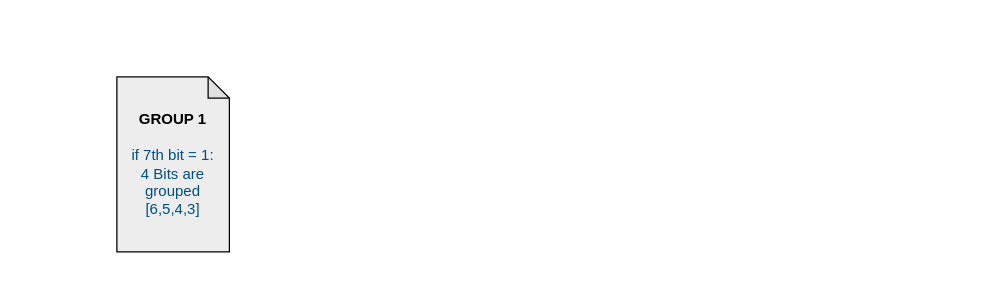
Earlier version of the draw.io diagram Transformations.drawio (Nithyarajoman/Drawio-figures). Source tidied: cells renumbered, new cells numbered last; positions are measured from the earlier drawing's top-left corner, leaving out a move shared by most shapes. Both pictures are drawn from the tidied source at 125%, with x=0, y=0 at pixel (116, 76).
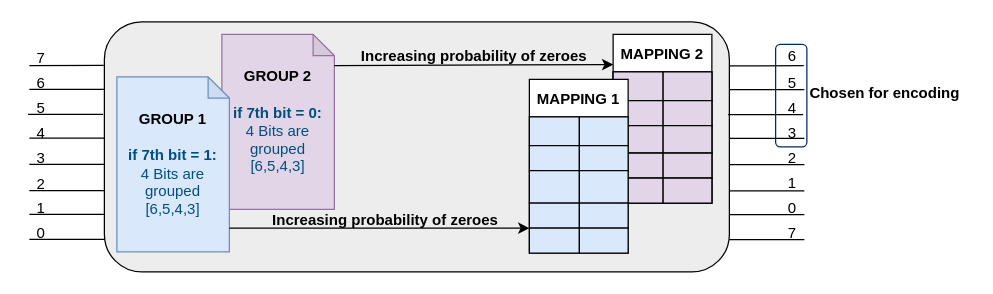
Above is the later version.

The edit, as a diff of the source:
```diff
@@
+    <mxCell id="3" style="rounded=1;whiteSpace=wrap;html=1;fillColor=light-dark(#ededed, #ededed);" parent="1" vertex="1">
+      <mxGeometry x="-10" y="-44" width="500" height="200" as="geometry" />
+    </mxCell>
+    <mxCell id="4" value="MAPPING 2" style="shape=table;startSize=30;childLayout=tableLayout;strokeColor=default;fontSize=12;fontStyle=1;" parent="1" vertex="1">
+      <mxGeometry x="397" y="-34" width="79" height="135" as="geometry" />
+    </mxCell>
+    <mxCell id="5" style="shape=tableRow;horizontal=0;startSize=0;swimlaneHead=0;swimlaneBody=0;strokeColor=light-dark(#000000, #9577a3);top=1;left=1;bottom=1;right=1;fillColor=none;fontSize=16;" parent="4" vertex="1">
+      <mxGeometry y="30" width="79" height="23" as="geometry" />
+    </mxCell>
+    <mxCell id="6" style="shape=partialRectangle;html=1;whiteSpace=wrap;strokeColor=light-dark(#000000, #9577a3);overflow=hidden;fillColor=#e1d5e7;top=1;left=1;bottom=1;right=1;fontSize=16;" parent="5" vertex="1">
+      <mxGeometry width="40" height="23" as="geometry" />
+    </mxCell>
+    <mxCell id="7" style="shape=partialRectangle;html=1;whiteSpace=wrap;strokeColor=light-dark(#000000, #9577a3);overflow=hidden;fillColor=#e1d5e7;top=1;left=1;bottom=1;right=1;fontSize=16;" parent="5" vertex="1">
+      <mxGeometry x="40" width="39" height="23" as="geometry" />
+    </mxCell>
+    <mxCell id="8" style="shape=tableRow;horizontal=0;startSize=0;swimlaneHead=0;swimlaneBody=0;strokeColor=light-dark(#000000, #9577a3);top=1;left=1;bottom=1;right=1;fillColor=none;fontSize=16;" parent="4" vertex="1">
+      <mxGeometry y="53" width="79" height="20" as="geometry" />
+    </mxCell>
+    <mxCell id="9" style="shape=partialRectangle;html=1;whiteSpace=wrap;strokeColor=light-dark(#000000, #9577a3);overflow=hidden;fillColor=#e1d5e7;top=1;left=1;bottom=1;right=1;fontSize=16;" parent="8" vertex="1">
+      <mxGeometry width="40" height="20" as="geometry" />
+    </mxCell>
+    <mxCell id="10" style="shape=partialRectangle;html=1;whiteSpace=wrap;strokeColor=light-dark(#000000, #9577a3);overflow=hidden;fillColor=#e1d5e7;top=1;left=1;bottom=1;right=1;fontSize=16;" parent="8" vertex="1">
+      <mxGeometry x="40" width="39" height="20" as="geometry" />
+    </mxCell>
+    <mxCell id="11" style="shape=tableRow;horizontal=0;startSize=0;swimlaneHead=0;swimlaneBody=0;strokeColor=light-dark(#000000, #9577a3);top=1;left=1;bottom=1;right=1;fillColor=none;fontSize=16;" parent="4" vertex="1">
+      <mxGeometry y="73" width="79" height="22" as="geometry" />
+    </mxCell>
+    <mxCell id="12" style="shape=partialRectangle;html=1;whiteSpace=wrap;strokeColor=light-dark(#000000, #9577a3);overflow=hidden;fillColor=#e1d5e7;top=1;left=1;bottom=1;right=1;fontSize=16;" parent="11" vertex="1">
+      <mxGeometry width="40" height="22" as="geometry" />
+    </mxCell>
+    <mxCell id="13" style="shape=partialRectangle;html=1;whiteSpace=wrap;strokeColor=light-dark(#000000, #9577a3);overflow=hidden;fillColor=#e1d5e7;top=1;left=1;bottom=1;right=1;fontSize=16;" parent="11" vertex="1">
+      <mxGeometry x="40" width="39" height="22" as="geometry" />
+    </mxCell>
+    <mxCell id="14" style="shape=tableRow;horizontal=0;startSize=0;swimlaneHead=0;swimlaneBody=0;strokeColor=light-dark(#000000, #9577a3);top=1;left=1;bottom=1;right=1;fillColor=none;fontSize=16;" parent="4" vertex="1">
+      <mxGeometry y="95" width="79" height="20" as="geometry" />
+    </mxCell>
+    <mxCell id="15" style="shape=partialRectangle;html=1;whiteSpace=wrap;strokeColor=light-dark(#000000, #9577a3);overflow=hidden;fillColor=#e1d5e7;top=1;left=1;bottom=1;right=1;fontSize=16;" parent="14" vertex="1">
+      <mxGeometry width="40" height="20" as="geometry" />
+    </mxCell>
+    <mxCell id="16" style="shape=partialRectangle;html=1;whiteSpace=wrap;strokeColor=light-dark(#000000, #9577a3);overflow=hidden;fillColor=#e1d5e7;top=1;left=1;bottom=1;right=1;fontSize=16;" parent="14" vertex="1">
+      <mxGeometry x="40" width="39" height="20" as="geometry" />
+    </mxCell>
+    <mxCell id="17" style="shape=tableRow;horizontal=0;startSize=0;swimlaneHead=0;swimlaneBody=0;strokeColor=light-dark(#000000, #9577a3);top=1;left=1;bottom=1;right=1;fillColor=none;fontSize=16;" parent="4" vertex="1">
+      <mxGeometry y="115" width="79" height="20" as="geometry" />
+    </mxCell>
+    <mxCell id="18" style="shape=partialRectangle;html=1;whiteSpace=wrap;strokeColor=light-dark(#000000, #9577a3);overflow=hidden;fillColor=#e1d5e7;top=1;left=1;bottom=1;right=1;fontSize=16;" parent="17" vertex="1">
+      <mxGeometry width="40" height="20" as="geometry" />
+    </mxCell>
+    <mxCell id="19" style="shape=partialRectangle;html=1;whiteSpace=wrap;strokeColor=light-dark(#000000, #9577a3);overflow=hidden;fillColor=#e1d5e7;top=1;left=1;bottom=1;right=1;fontSize=16;" parent="17" vertex="1">
+      <mxGeometry x="40" width="39" height="20" as="geometry" />
+    </mxCell>
+    <mxCell id="20" value="&lt;b&gt;GROUP 2&lt;/b&gt;&lt;div&gt;&lt;b&gt;&lt;br&gt;&lt;/b&gt;&lt;div&gt;&lt;font style=&quot;color: light-dark(rgb(0, 79, 128), rgb(237, 237, 237));&quot;&gt;&lt;b&gt;if 7th bit = 0:&lt;/b&gt;&lt;/font&gt;&lt;/div&gt;&lt;div&gt;&lt;font style=&quot;color: light-dark(rgb(0, 79, 128), rgb(237, 237, 237));&quot;&gt;4 Bits are grouped [6,5,4,3]&lt;/font&gt;&lt;/div&gt;&lt;/div&gt;" style="shape=note;whiteSpace=wrap;html=1;backgroundOutline=1;darkOpacity=0.05;size=17;fillColor=#e1d5e7;strokeColor=#9673a6;" parent="1" vertex="1">
+      <mxGeometry x="84" y="-34" width="90" height="140" as="geometry" />
+    </mxCell>
-    <mxCell id="2" value="&lt;b&gt;GROUP 1&lt;/b&gt;&lt;div&gt;&lt;b&gt;&lt;br&gt;&lt;/b&gt;&lt;div&gt;&lt;font style=&quot;color: light-dark(rgb(0, 79, 128), rgb(237, 237, 237));&quot;&gt;if 7th bit = 1:&lt;/font&gt;&lt;/div&gt;&lt;div&gt;&lt;font style=&quot;color: light-dark(rgb(0, 79, 128), rgb(237, 237, 237));&quot;&gt;4 Bits are grouped [6,5,4,3]&lt;/font&gt;&lt;/div&gt;&lt;/div&gt;" style="shape=note;whiteSpace=wrap;html=1;backgroundOutline=1;darkOpacity=0.05;size=17;fillColor=light-dark(#ededed, #ededed);" parent="1" vertex="1">
+    <mxCell id="2" value="&lt;b&gt;GROUP 1&lt;/b&gt;&lt;div&gt;&lt;b&gt;&lt;br&gt;&lt;/b&gt;&lt;div&gt;&lt;font style=&quot;color: light-dark(rgb(0, 79, 128), rgb(237, 237, 237));&quot;&gt;&lt;b&gt;if 7th bit = 1:&lt;/b&gt;&lt;/font&gt;&lt;/div&gt;&lt;div&gt;&lt;font style=&quot;color: light-dark(rgb(0, 79, 128), rgb(237, 237, 237));&quot;&gt;4 Bits are grouped [6,5,4,3]&lt;/font&gt;&lt;/div&gt;&lt;/div&gt;" style="shape=note;whiteSpace=wrap;html=1;backgroundOutline=1;darkOpacity=0.05;size=17;fillColor=#dae8fc;strokeColor=#6c8ebf;" parent="1" vertex="1">
       <mxGeometry width="90" height="140" as="geometry" />
     </mxCell>
+    <mxCell id="21" style="endArrow=classic;html=1;rounded=0;entryX=0.001;entryY=0.179;entryDx=0;entryDy=0;entryPerimeter=0;" parent="1" edge="1" target="4">
+      <mxGeometry relative="1" as="geometry">
+        <mxPoint x="174" y="-9" as="sourcePoint" />
+      </mxGeometry>
+    </mxCell>
+    <mxCell id="22" style="endArrow=classic;html=1;rounded=0;" parent="1" edge="1">
+      <mxGeometry relative="1" as="geometry">
+        <mxPoint x="90" y="121" as="sourcePoint" />
+        <mxPoint x="330" y="121" as="targetPoint" />
+      </mxGeometry>
+    </mxCell>
+    <mxCell id="23" value="MAPPING 1" style="shape=table;startSize=30;childLayout=tableLayout;strokeColor=default;fontSize=12;fontStyle=1;labelBorderColor=none;swimlaneLine=1;resizeLastRow=1;" parent="1" vertex="1">
+      <mxGeometry x="330" y="2" width="79" height="139" as="geometry" />
+    </mxCell>
+    <mxCell id="24" style="shape=tableRow;horizontal=0;startSize=0;swimlaneHead=0;swimlaneBody=0;strokeColor=inherit;top=0;left=0;bottom=0;right=0;fillColor=none;fontSize=16;" parent="23" vertex="1">
+      <mxGeometry y="30" width="79" height="23" as="geometry" />
+    </mxCell>
+    <mxCell id="25" style="shape=partialRectangle;html=1;whiteSpace=wrap;strokeColor=light-dark(#030303, #5c79a3);overflow=hidden;fillColor=#dae8fc;top=1;left=1;bottom=1;right=1;fontSize=16;backgroundOutline=1;" parent="24" vertex="1">
+      <mxGeometry width="40" height="23" as="geometry" />
+    </mxCell>
+    <mxCell id="26" style="shape=partialRectangle;html=1;whiteSpace=wrap;strokeColor=light-dark(#030303, #5c79a3);overflow=hidden;fillColor=#dae8fc;top=1;left=1;bottom=1;right=1;fontSize=16;backgroundOutline=1;" parent="24" vertex="1">
+      <mxGeometry x="40" width="39" height="23" as="geometry" />
+    </mxCell>
+    <mxCell id="27" style="shape=tableRow;horizontal=0;startSize=0;swimlaneHead=0;swimlaneBody=0;strokeColor=inherit;top=0;left=0;bottom=0;right=0;fillColor=none;fontSize=16;" parent="23" vertex="1">
+      <mxGeometry y="53" width="79" height="20" as="geometry" />
+    </mxCell>
+    <mxCell id="28" style="shape=partialRectangle;html=1;whiteSpace=wrap;strokeColor=light-dark(#030303, #5c79a3);overflow=hidden;fillColor=#dae8fc;top=1;left=1;bottom=1;right=1;fontSize=16;backgroundOutline=1;" parent="27" vertex="1">
+      <mxGeometry width="40" height="20" as="geometry" />
+    </mxCell>
+    <mxCell id="29" style="shape=partialRectangle;html=1;whiteSpace=wrap;strokeColor=light-dark(#030303, #5c79a3);overflow=hidden;fillColor=#dae8fc;top=1;left=1;bottom=1;right=1;fontSize=16;backgroundOutline=1;" parent="27" vertex="1">
+      <mxGeometry x="40" width="39" height="20" as="geometry" />
+    </mxCell>
+    <mxCell id="30" style="shape=tableRow;horizontal=0;startSize=0;swimlaneHead=0;swimlaneBody=0;strokeColor=inherit;top=0;left=0;bottom=0;right=0;fillColor=none;fontSize=16;" parent="23" vertex="1">
+      <mxGeometry y="73" width="79" height="26" as="geometry" />
+    </mxCell>
+    <mxCell id="31" style="shape=partialRectangle;html=1;whiteSpace=wrap;strokeColor=light-dark(#030303, #5c79a3);overflow=hidden;fillColor=#dae8fc;top=1;left=1;bottom=1;right=1;fontSize=16;backgroundOutline=1;" parent="30" vertex="1">
+      <mxGeometry width="40" height="26" as="geometry" />
+    </mxCell>
+    <mxCell id="32" style="shape=partialRectangle;html=1;whiteSpace=wrap;strokeColor=light-dark(#030303, #5c79a3);overflow=hidden;fillColor=#dae8fc;top=1;left=1;bottom=1;right=1;fontSize=16;backgroundOutline=1;" parent="30" vertex="1">
+      <mxGeometry x="40" width="39" height="26" as="geometry" />
+    </mxCell>
+    <mxCell id="33" style="shape=tableRow;horizontal=0;startSize=0;swimlaneHead=0;swimlaneBody=0;strokeColor=inherit;top=0;left=0;bottom=0;right=0;fillColor=none;fontSize=16;" parent="23" vertex="1">
+      <mxGeometry y="99" width="79" height="20" as="geometry" />
+    </mxCell>
+    <mxCell id="34" style="shape=partialRectangle;html=1;whiteSpace=wrap;strokeColor=light-dark(#030303, #5c79a3);overflow=hidden;fillColor=#dae8fc;top=1;left=1;bottom=1;right=1;fontSize=16;backgroundOutline=1;" parent="33" vertex="1">
+      <mxGeometry width="40" height="20" as="geometry" />
+    </mxCell>
+    <mxCell id="35" style="shape=partialRectangle;html=1;whiteSpace=wrap;strokeColor=light-dark(#030303, #5c79a3);overflow=hidden;fillColor=#dae8fc;top=1;left=1;bottom=1;right=1;fontSize=16;backgroundOutline=1;" parent="33" vertex="1">
+      <mxGeometry x="40" width="39" height="20" as="geometry" />
+    </mxCell>
+    <mxCell id="36" style="shape=tableRow;horizontal=0;startSize=0;swimlaneHead=0;swimlaneBody=0;strokeColor=inherit;top=0;left=0;bottom=0;right=0;fillColor=none;fontSize=16;strokeWidth=1;" parent="23" vertex="1">
+      <mxGeometry y="119" width="79" height="20" as="geometry" />
+    </mxCell>
+    <mxCell id="37" style="shape=partialRectangle;html=1;whiteSpace=wrap;strokeColor=light-dark(#030303, #5c79a3);overflow=hidden;fillColor=#dae8fc;top=1;left=1;bottom=1;right=1;fontSize=16;backgroundOutline=1;" parent="36" vertex="1">
+      <mxGeometry width="40" height="20" as="geometry" />
+    </mxCell>
+    <mxCell id="38" style="shape=partialRectangle;html=1;whiteSpace=wrap;strokeColor=light-dark(#030303, #5c79a3);overflow=hidden;fillColor=#dae8fc;top=1;left=1;bottom=1;right=1;fontSize=16;backgroundOutline=1;" parent="36" vertex="1">
+      <mxGeometry x="40" width="39" height="20" as="geometry" />
+    </mxCell>
+    <mxCell id="39" value="&lt;b&gt;Increasing probability of zeroes&lt;/b&gt;" style="text;html=1;align=center;verticalAlign=middle;whiteSpace=wrap;rounded=0;" parent="1" vertex="1">
+      <mxGeometry x="120" y="100" width="190" height="30" as="geometry" />
+    </mxCell>
+    <mxCell id="40" value="&lt;b&gt;Increasing probability of zeroes&lt;/b&gt;" style="text;html=1;align=center;verticalAlign=middle;whiteSpace=wrap;rounded=0;" parent="1" vertex="1">
+      <mxGeometry x="191" y="-31" width="190" height="30" as="geometry" />
+    </mxCell>
+    <mxCell id="41" style="endArrow=none;html=1;rounded=0;entryX=-0.001;entryY=0.124;entryDx=0;entryDy=0;entryPerimeter=0;" parent="1" edge="1">
+      <mxGeometry relative="1" as="geometry">
+        <mxPoint x="-70" y="-9" as="sourcePoint" />
+        <mxPoint x="-10.5" y="-9.2" as="targetPoint" />
+      </mxGeometry>
+    </mxCell>
+    <mxCell id="42" style="endArrow=none;html=1;rounded=0;entryX=-0.001;entryY=0.124;entryDx=0;entryDy=0;entryPerimeter=0;" parent="1" edge="1">
+      <mxGeometry relative="1" as="geometry">
+        <mxPoint x="-70" y="10" as="sourcePoint" />
+        <mxPoint x="-10" y="10" as="targetPoint" />
+      </mxGeometry>
+    </mxCell>
+    <mxCell id="43" style="endArrow=none;html=1;rounded=0;entryX=-0.001;entryY=0.124;entryDx=0;entryDy=0;entryPerimeter=0;" parent="1" edge="1">
+      <mxGeometry relative="1" as="geometry">
+        <mxPoint x="-71" y="30" as="sourcePoint" />
+        <mxPoint x="-11" y="30" as="targetPoint" />
+      </mxGeometry>
+    </mxCell>
+    <mxCell id="44" style="endArrow=none;html=1;rounded=0;entryX=-0.001;entryY=0.124;entryDx=0;entryDy=0;entryPerimeter=0;" parent="1" edge="1">
+      <mxGeometry relative="1" as="geometry">
+        <mxPoint x="-70" y="49" as="sourcePoint" />
+        <mxPoint x="-10" y="49" as="targetPoint" />
+      </mxGeometry>
+    </mxCell>
+    <mxCell id="45" style="endArrow=none;html=1;rounded=0;entryX=-0.001;entryY=0.124;entryDx=0;entryDy=0;entryPerimeter=0;" parent="1" edge="1">
+      <mxGeometry relative="1" as="geometry">
+        <mxPoint x="-70" y="70" as="sourcePoint" />
+        <mxPoint x="-10" y="70" as="targetPoint" />
+      </mxGeometry>
+    </mxCell>
+    <mxCell id="46" style="endArrow=none;html=1;rounded=0;entryX=-0.001;entryY=0.124;entryDx=0;entryDy=0;entryPerimeter=0;" parent="1" edge="1">
+      <mxGeometry relative="1" as="geometry">
+        <mxPoint x="-70" y="91" as="sourcePoint" />
+        <mxPoint x="-10" y="91" as="targetPoint" />
+      </mxGeometry>
+    </mxCell>
+    <mxCell id="47" style="endArrow=none;html=1;rounded=0;entryX=-0.001;entryY=0.124;entryDx=0;entryDy=0;entryPerimeter=0;" parent="1" edge="1">
+      <mxGeometry relative="1" as="geometry">
+        <mxPoint x="-70" y="110" as="sourcePoint" />
+        <mxPoint x="-10" y="110" as="targetPoint" />
+      </mxGeometry>
+    </mxCell>
+    <mxCell id="48" style="endArrow=none;html=1;rounded=0;entryX=-0.001;entryY=0.124;entryDx=0;entryDy=0;entryPerimeter=0;" parent="1" edge="1">
+      <mxGeometry relative="1" as="geometry">
+        <mxPoint x="-70" y="130" as="sourcePoint" />
+        <mxPoint x="-10" y="130" as="targetPoint" />
+      </mxGeometry>
+    </mxCell>
+    <mxCell id="49" style="endArrow=none;html=1;rounded=0;entryX=-0.001;entryY=0.124;entryDx=0;entryDy=0;entryPerimeter=0;" parent="1" edge="1">
+      <mxGeometry relative="1" as="geometry">
+        <mxPoint x="490" y="-8.8" as="sourcePoint" />
+        <mxPoint x="549.5" y="-9" as="targetPoint" />
+      </mxGeometry>
+    </mxCell>
+    <mxCell id="50" style="endArrow=none;html=1;rounded=0;entryX=-0.001;entryY=0.124;entryDx=0;entryDy=0;entryPerimeter=0;" parent="1" edge="1">
+      <mxGeometry relative="1" as="geometry">
+        <mxPoint x="490" y="10.2" as="sourcePoint" />
+        <mxPoint x="550" y="10.2" as="targetPoint" />
+      </mxGeometry>
+    </mxCell>
+    <mxCell id="51" style="endArrow=none;html=1;rounded=0;entryX=-0.001;entryY=0.124;entryDx=0;entryDy=0;entryPerimeter=0;" parent="1" edge="1">
+      <mxGeometry relative="1" as="geometry">
+        <mxPoint x="489" y="30.2" as="sourcePoint" />
+        <mxPoint x="549" y="30.2" as="targetPoint" />
+      </mxGeometry>
+    </mxCell>
+    <mxCell id="52" style="endArrow=none;html=1;rounded=0;entryX=-0.001;entryY=0.124;entryDx=0;entryDy=0;entryPerimeter=0;" parent="1" edge="1">
+      <mxGeometry relative="1" as="geometry">
+        <mxPoint x="490" y="49.2" as="sourcePoint" />
+        <mxPoint x="550" y="49.2" as="targetPoint" />
+      </mxGeometry>
+    </mxCell>
+    <mxCell id="53" style="endArrow=none;html=1;rounded=0;entryX=-0.001;entryY=0.124;entryDx=0;entryDy=0;entryPerimeter=0;" parent="1" edge="1">
+      <mxGeometry relative="1" as="geometry">
+        <mxPoint x="490" y="70.2" as="sourcePoint" />
+        <mxPoint x="550" y="70.2" as="targetPoint" />
+      </mxGeometry>
+    </mxCell>
+    <mxCell id="54" style="endArrow=none;html=1;rounded=0;entryX=-0.001;entryY=0.124;entryDx=0;entryDy=0;entryPerimeter=0;" parent="1" edge="1">
+      <mxGeometry relative="1" as="geometry">
+        <mxPoint x="490" y="91.2" as="sourcePoint" />
+        <mxPoint x="550" y="91.2" as="targetPoint" />
+      </mxGeometry>
+    </mxCell>
+    <mxCell id="55" style="endArrow=none;html=1;rounded=0;entryX=-0.001;entryY=0.124;entryDx=0;entryDy=0;entryPerimeter=0;" parent="1" edge="1">
+      <mxGeometry relative="1" as="geometry">
+        <mxPoint x="490" y="110.2" as="sourcePoint" />
+        <mxPoint x="550" y="110.2" as="targetPoint" />
+      </mxGeometry>
+    </mxCell>
+    <mxCell id="56" style="endArrow=none;html=1;rounded=0;entryX=-0.001;entryY=0.124;entryDx=0;entryDy=0;entryPerimeter=0;" parent="1" edge="1">
+      <mxGeometry relative="1" as="geometry">
+        <mxPoint x="490" y="130.2" as="sourcePoint" />
+        <mxPoint x="550" y="130.2" as="targetPoint" />
+      </mxGeometry>
+    </mxCell>
+    <mxCell id="57" value="7" style="text;html=1;align=center;verticalAlign=middle;strokeColor=none;fillColor=none;" parent="1" vertex="1">
+      <mxGeometry x="-76" y="-30" width="30" height="30" as="geometry" />
+    </mxCell>
+    <mxCell id="58" value="6" style="text;html=1;align=center;verticalAlign=middle;strokeColor=none;fillColor=none;" parent="1" vertex="1">
+      <mxGeometry x="-76" y="-10" width="30" height="30" as="geometry" />
+    </mxCell>
+    <mxCell id="59" value="5" style="text;html=1;align=center;verticalAlign=middle;strokeColor=none;fillColor=none;" parent="1" vertex="1">
+      <mxGeometry x="-76" y="10" width="30" height="30" as="geometry" />
+    </mxCell>
+    <mxCell id="60" value="4" style="text;html=1;align=center;verticalAlign=middle;strokeColor=none;fillColor=none;" parent="1" vertex="1">
+      <mxGeometry x="-76" y="30" width="30" height="30" as="geometry" />
+    </mxCell>
+    <mxCell id="61" value="3" style="text;html=1;align=center;verticalAlign=middle;strokeColor=none;fillColor=none;" parent="1" vertex="1">
+      <mxGeometry x="-76" y="50" width="30" height="30" as="geometry" />
+    </mxCell>
+    <mxCell id="62" value="2" style="text;html=1;align=center;verticalAlign=middle;strokeColor=none;fillColor=none;" parent="1" vertex="1">
+      <mxGeometry x="-76" y="71" width="30" height="30" as="geometry" />
+    </mxCell>
+    <mxCell id="63" value="1" style="text;html=1;align=center;verticalAlign=middle;strokeColor=none;fillColor=none;" parent="1" vertex="1">
+      <mxGeometry x="-76" y="90" width="30" height="30" as="geometry" />
+    </mxCell>
+    <mxCell id="64" value="0" style="text;html=1;align=center;verticalAlign=middle;strokeColor=none;fillColor=none;" parent="1" vertex="1">
+      <mxGeometry x="-76" y="110" width="30" height="30" as="geometry" />
+    </mxCell>
+    <mxCell id="65" value="6" style="text;html=1;align=center;verticalAlign=middle;strokeColor=none;fillColor=none;" parent="1" vertex="1">
+      <mxGeometry x="525" y="-31" width="30" height="30" as="geometry" />
+    </mxCell>
+    <mxCell id="66" value="5" style="text;html=1;align=center;verticalAlign=middle;strokeColor=none;fillColor=none;" parent="1" vertex="1">
+      <mxGeometry x="525" y="-10" width="30" height="30" as="geometry" />
+    </mxCell>
+    <mxCell id="67" value="4" style="text;html=1;align=center;verticalAlign=middle;strokeColor=none;fillColor=none;" parent="1" vertex="1">
+      <mxGeometry x="525" y="10" width="30" height="30" as="geometry" />
+    </mxCell>
+    <mxCell id="68" value="3" style="text;html=1;align=center;verticalAlign=middle;strokeColor=none;fillColor=none;" parent="1" vertex="1">
+      <mxGeometry x="525" y="30" width="30" height="30" as="geometry" />
+    </mxCell>
+    <mxCell id="69" value="2" style="text;html=1;align=center;verticalAlign=middle;strokeColor=none;fillColor=none;" parent="1" vertex="1">
+      <mxGeometry x="525" y="50" width="30" height="30" as="geometry" />
+    </mxCell>
+    <mxCell id="70" value="1" style="text;html=1;align=center;verticalAlign=middle;strokeColor=none;fillColor=none;" parent="1" vertex="1">
+      <mxGeometry x="525" y="70" width="30" height="30" as="geometry" />
+    </mxCell>
+    <mxCell id="71" value="0" style="text;html=1;align=center;verticalAlign=middle;strokeColor=none;fillColor=none;" parent="1" vertex="1">
+      <mxGeometry x="525" y="90" width="30" height="30" as="geometry" />
+    </mxCell>
+    <mxCell id="72" value="7" style="text;html=1;align=center;verticalAlign=middle;strokeColor=none;fillColor=none;" parent="1" vertex="1">
+      <mxGeometry x="525" y="110" width="30" height="30" as="geometry" />
+    </mxCell>
+    <mxCell id="73" style="rounded=1;whiteSpace=wrap;html=1;fillStyle=auto;fillColor=none;strokeColor=light-dark(#032a5e, #ededed);" parent="1" vertex="1">
+      <mxGeometry x="527" y="-26" width="25" height="82" as="geometry" />
+    </mxCell>
+    <mxCell id="74" value="&lt;b&gt;Chosen for encoding&lt;/b&gt;" style="text;html=1;align=center;verticalAlign=middle;strokeColor=none;fillColor=none;" parent="1" vertex="1">
+      <mxGeometry x="544" y="-2" width="140" height="30" as="geometry" />
+    </mxCell>
```
